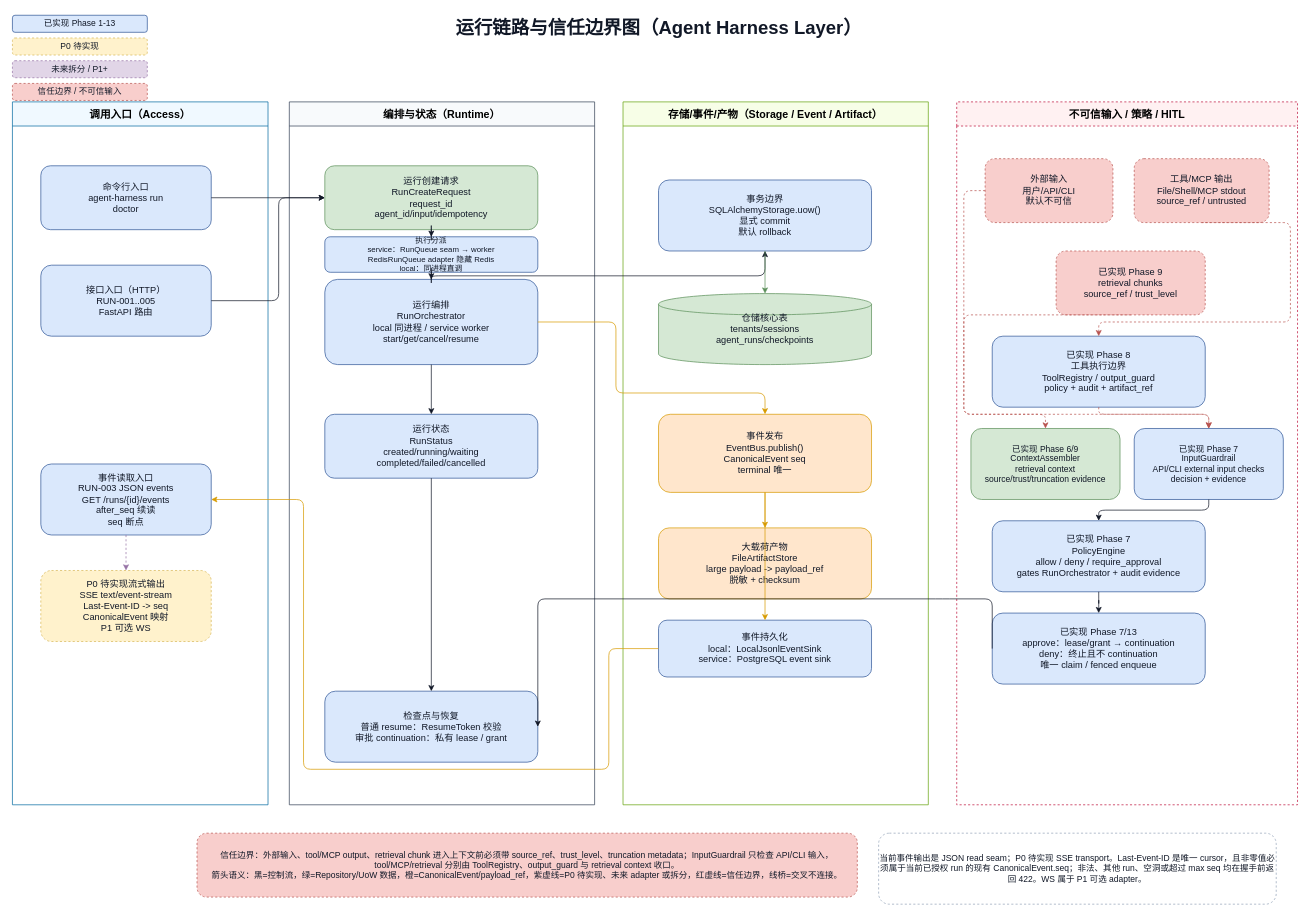
Before: docs/architecture/agent-harness-runtime-trust-boundaries.drawio in wdmcheng/agent-harness-layer, a draw.io diagram. Source tidied: cells renumbered, new cells numbered last; positions are measured from the earlier drawing's top-left corner, leaving out a move shared by most shapes. Both pictures are drawn from the tidied source at 71%, with x=0, y=0 at pixel (12, 12).
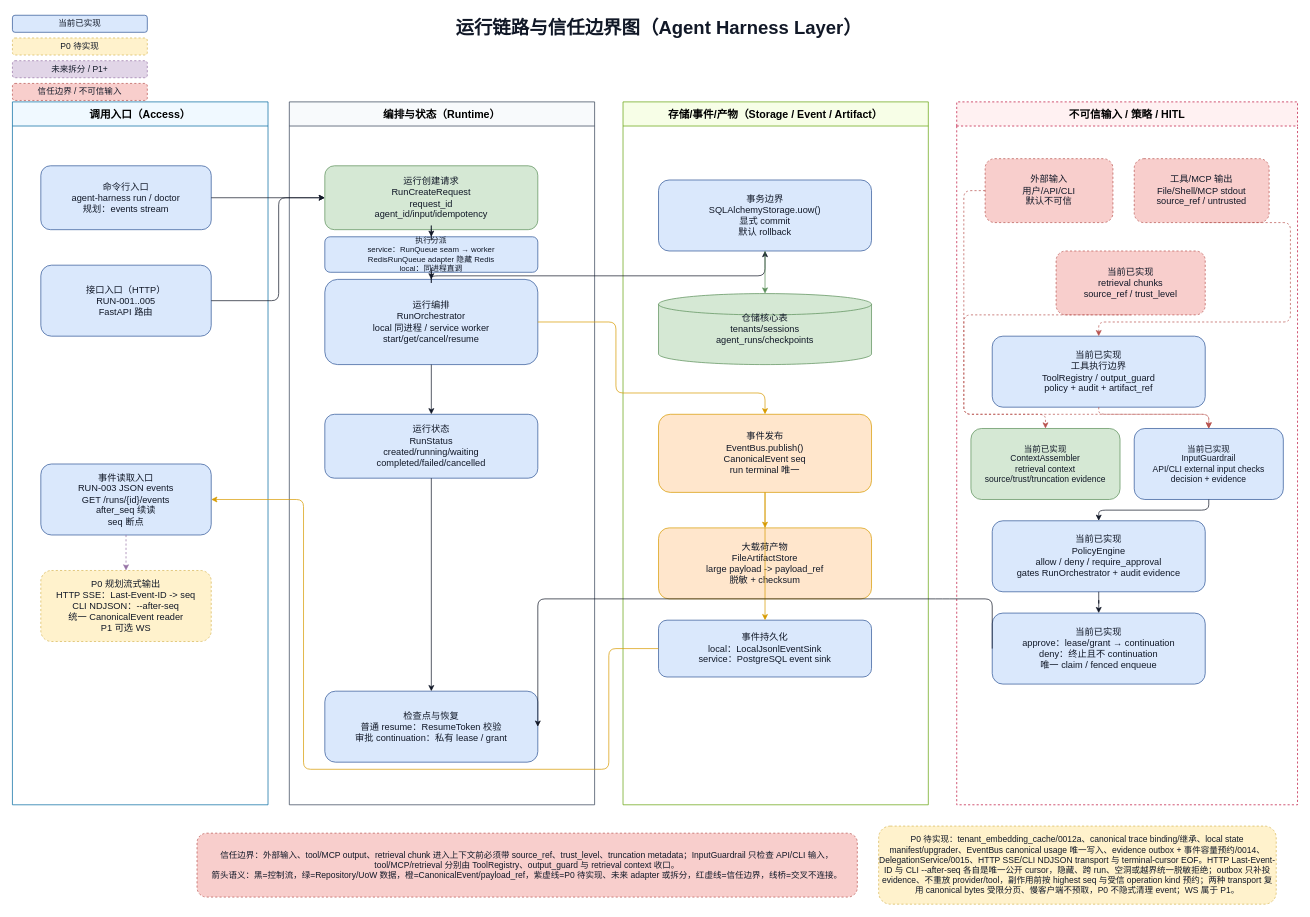
After the change.

Unchanged cells that the change refers to:
```xml
<mxCell id="7" value="调用入口（Access）" style="swimlane;startSize=34;html=1;whiteSpace=wrap;rounded=0;fontSize=15;fontStyle=1;fillColor=#f0f9ff;strokeColor=#0369a1;" parent="1" vertex="1">
  <mxGeometry y="126" width="360" height="990" as="geometry" />
</mxCell>
<mxCell id="9" value="存储/事件/产物（Storage / Event / Artifact）" style="swimlane;startSize=34;html=1;whiteSpace=wrap;rounded=0;fontSize=15;fontStyle=1;fillColor=#f7fee7;strokeColor=#65a30d;" parent="1" vertex="1">
  <mxGeometry x="860" y="126" width="430" height="990" as="geometry" />
</mxCell>
<mxCell id="10" value="不可信输入 / 策略 / HITL" style="swimlane;startSize=34;html=1;whiteSpace=wrap;rounded=0;fontSize=15;fontStyle=1;fillColor=#fff1f2;strokeColor=#be123c;dashed=1;" parent="1" vertex="1">
  <mxGeometry x="1330" y="126" width="480" height="990" as="geometry" />
</mxCell>
```

Change to the diagram source:
```diff
@@
-    <mxCell id="3" value="已实现 Phase 1-13" style="rounded=1;whiteSpace=wrap;html=1;fillColor=#dae8fc;strokeColor=#2f5597;fontColor=#111827;fontSize=12;" parent="1" vertex="1">
+    <mxCell id="3" value="当前已实现" style="rounded=1;whiteSpace=wrap;html=1;fillColor=#dae8fc;strokeColor=#2f5597;fontColor=#111827;fontSize=12;" parent="1" vertex="1">
       <mxGeometry y="4" width="190" height="24" as="geometry" />
     </mxCell>
@@
-    <mxCell id="12" value="当前事件输出是 JSON read seam；P0 待实现 SSE transport。Last-Event-ID 是唯一 cursor，且非零值必须属于当前已授权 run 的现有 CanonicalEvent.seq；非法、其他 run、空洞或超过 max seq 均在握手前返回 422。WS 属于 P1 可选 adapter。" style="rounded=1;whiteSpace=wrap;html=1;fillColor=#ffffff;strokeColor=#94a3b8;fontColor=#111827;fontSize=12;dashed=1;" parent="1" vertex="1">
-      <mxGeometry x="1220" y="1156" width="560" height="100" as="geometry" />
+    <mxCell id="12" value="P0 待实现：tenant_embedding_cache/0012a、canonical trace binding/继承、local state manifest/upgrader、EventBus canonical usage 唯一写入、evidence outbox + 事件容量预约/0014、DelegationService/0015、HTTP SSE/CLI NDJSON transport 与 terminal-cursor EOF。HTTP Last-Event-ID 与 CLI --after-seq 各自是唯一公开 cursor，隐藏、跨 run、空洞或越界统一脱敏拒绝；outbox 只补投 evidence、不重放 provider/tool，副作用前按 highest seq 与受信 operation kind 预约；两种 transport 复用 canonical bytes 受限分页、慢客户端不预取，P0 不隐式清理 event；WS 属于 P1。" style="rounded=1;whiteSpace=wrap;html=1;fillColor=#fff2cc;strokeColor=#d6b656;fontColor=#111827;fontSize=12;dashed=1;" parent="1" vertex="1">
+      <mxGeometry x="1220" y="1146" width="560" height="110" as="geometry" />
     </mxCell>
-    <mxCell id="13" value="命令行入口&#10;agent-harness run&#10;doctor" style="rounded=1;whiteSpace=wrap;html=1;fillColor=#dae8fc;strokeColor=#2f5597;fontColor=#111827;fontSize=13;" parent="7" vertex="1">
+    <mxCell id="13" value="命令行入口&#10;agent-harness run / doctor&#10;规划：events stream" style="rounded=1;whiteSpace=wrap;html=1;fillColor=#dae8fc;strokeColor=#2f5597;fontColor=#111827;fontSize=13;" parent="7" vertex="1">
       <mxGeometry x="40" y="90" width="240" height="90" as="geometry" />
     </mxCell>
@@
-    <mxCell id="16" value="P0 待实现流式输出&#10;SSE text/event-stream&#10;Last-Event-ID -&gt; seq&#10;CanonicalEvent 映射&#10;P1 可选 WS" style="rounded=1;whiteSpace=wrap;html=1;fillColor=#fff2cc;strokeColor=#d6b656;fontColor=#111827;fontSize=13;dashed=1;" parent="7" vertex="1">
+    <mxCell id="16" value="P0 规划流式输出&#10;HTTP SSE：Last-Event-ID -&gt; seq&#10;CLI NDJSON：--after-seq&#10;统一 CanonicalEvent reader&#10;P1 可选 WS" style="rounded=1;whiteSpace=wrap;html=1;fillColor=#fff2cc;strokeColor=#d6b656;fontColor=#111827;fontSize=13;dashed=1;" parent="7" vertex="1">
       <mxGeometry x="40" y="660" width="240" height="100" as="geometry" />
     </mxCell>
@@
-    <mxCell id="24" value="事件发布&#10;EventBus.publish()&#10;CanonicalEvent seq&#10;terminal 唯一" style="rounded=1;whiteSpace=wrap;html=1;fillColor=#ffe6cc;strokeColor=#d79b00;fontColor=#111827;fontSize=13;" parent="9" vertex="1">
+    <mxCell id="24" value="事件发布&#10;EventBus.publish()&#10;CanonicalEvent seq&#10;run terminal 唯一" style="rounded=1;whiteSpace=wrap;html=1;fillColor=#ffe6cc;strokeColor=#d79b00;fontColor=#111827;fontSize=13;" parent="9" vertex="1">
       <mxGeometry x="50" y="440" width="300" height="110" as="geometry" />
     </mxCell>
@@
-    <mxCell id="29" value="已实现 Phase 9&#10;retrieval chunks&#10;source_ref / trust_level" style="rounded=1;whiteSpace=wrap;html=1;fillColor=#f8cecc;strokeColor=#b85450;fontColor=#111827;fontSize=13;dashed=1;" parent="10" vertex="1">
+    <mxCell id="29" value="当前已实现&#10;retrieval chunks&#10;source_ref / trust_level" style="rounded=1;whiteSpace=wrap;html=1;fillColor=#f8cecc;strokeColor=#b85450;fontColor=#111827;fontSize=13;dashed=1;" parent="10" vertex="1">
       <mxGeometry x="140" y="210" width="210" height="90" as="geometry" />
     </mxCell>
-    <mxCell id="30" value="已实现 Phase 6/9&#10;ContextAssembler&#10;retrieval context&#10;source/trust/truncation evidence" style="rounded=1;whiteSpace=wrap;html=1;fillColor=#d5e8d4;strokeColor=#5b8f5a;fontColor=#111827;fontSize=12;" parent="10" vertex="1">
+    <mxCell id="30" value="当前已实现&#10;ContextAssembler&#10;retrieval context&#10;source/trust/truncation evidence" style="rounded=1;whiteSpace=wrap;html=1;fillColor=#d5e8d4;strokeColor=#5b8f5a;fontColor=#111827;fontSize=12;" parent="10" vertex="1">
       <mxGeometry x="20" y="460" width="210" height="100" as="geometry" />
     </mxCell>
-    <mxCell id="31" value="已实现 Phase 7&#10;InputGuardrail&#10;API/CLI external input checks&#10;decision + evidence" style="rounded=1;whiteSpace=wrap;html=1;fillColor=#dae8fc;strokeColor=#2f5597;fontColor=#111827;fontSize=12;" parent="10" vertex="1">
+    <mxCell id="31" value="当前已实现&#10;InputGuardrail&#10;API/CLI external input checks&#10;decision + evidence" style="rounded=1;whiteSpace=wrap;html=1;fillColor=#dae8fc;strokeColor=#2f5597;fontColor=#111827;fontSize=12;" parent="10" vertex="1">
       <mxGeometry x="250" y="460" width="210" height="100" as="geometry" />
     </mxCell>
-    <mxCell id="32" value="已实现 Phase 7&#10;PolicyEngine&#10;allow / deny / require_approval&#10;gates RunOrchestrator + audit evidence" style="rounded=1;whiteSpace=wrap;html=1;fillColor=#dae8fc;strokeColor=#2f5597;fontColor=#111827;fontSize=13;" parent="10" vertex="1">
+    <mxCell id="32" value="当前已实现&#10;PolicyEngine&#10;allow / deny / require_approval&#10;gates RunOrchestrator + audit evidence" style="rounded=1;whiteSpace=wrap;html=1;fillColor=#dae8fc;strokeColor=#2f5597;fontColor=#111827;fontSize=13;" parent="10" vertex="1">
       <mxGeometry x="50" y="590" width="300" height="100" as="geometry" />
     </mxCell>
-    <mxCell id="33" value="已实现 Phase 7/13&#10;approve：lease/grant → continuation&#10;deny：终止且不 continuation&#10;唯一 claim / fenced enqueue" style="rounded=1;whiteSpace=wrap;html=1;fillColor=#dae8fc;strokeColor=#2f5597;fontColor=#111827;fontSize=13;" parent="10" vertex="1">
+    <mxCell id="33" value="当前已实现&#10;approve：lease/grant → continuation&#10;deny：终止且不 continuation&#10;唯一 claim / fenced enqueue" style="rounded=1;whiteSpace=wrap;html=1;fillColor=#dae8fc;strokeColor=#2f5597;fontColor=#111827;fontSize=13;" parent="10" vertex="1">
       <mxGeometry x="50" y="720" width="300" height="100" as="geometry" />
     </mxCell>
@@
-    <mxCell id="53" value="已实现 Phase 8&#10;工具执行边界&#10;ToolRegistry / output_guard&#10;policy + audit + artifact_ref" style="rounded=1;whiteSpace=wrap;html=1;fontColor=#111827;fontSize=13;fillColor=#dae8fc;strokeColor=#2f5597;" parent="10" vertex="1">
+    <mxCell id="53" value="当前已实现&#10;工具执行边界&#10;ToolRegistry / output_guard&#10;policy + audit + artifact_ref" style="rounded=1;whiteSpace=wrap;html=1;fontColor=#111827;fontSize=13;fillColor=#dae8fc;strokeColor=#2f5597;" parent="10" vertex="1">
       <mxGeometry x="50" y="330" width="300" height="100" as="geometry" />
     </mxCell>
```
